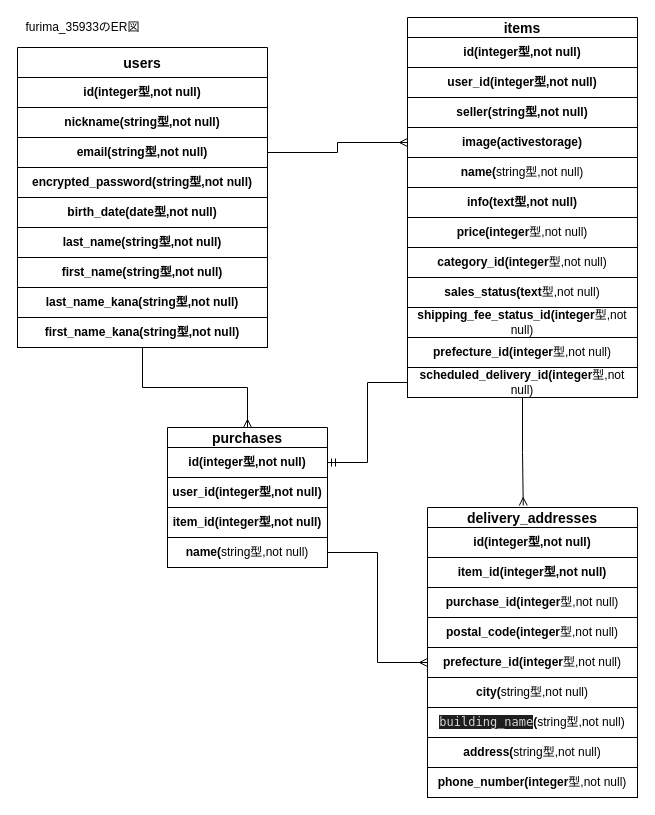
The draw.io diagram test.dio in tubuyakisyun/furima-35933, before the edit. Source tidied: cells renumbered, new cells numbered last; positions are measured from the earlier drawing's top-left corner, leaving out a move shared by most shapes. Both pictures are drawn from the tidied source at 100%, with x=0, y=0 at pixel (17, 17).
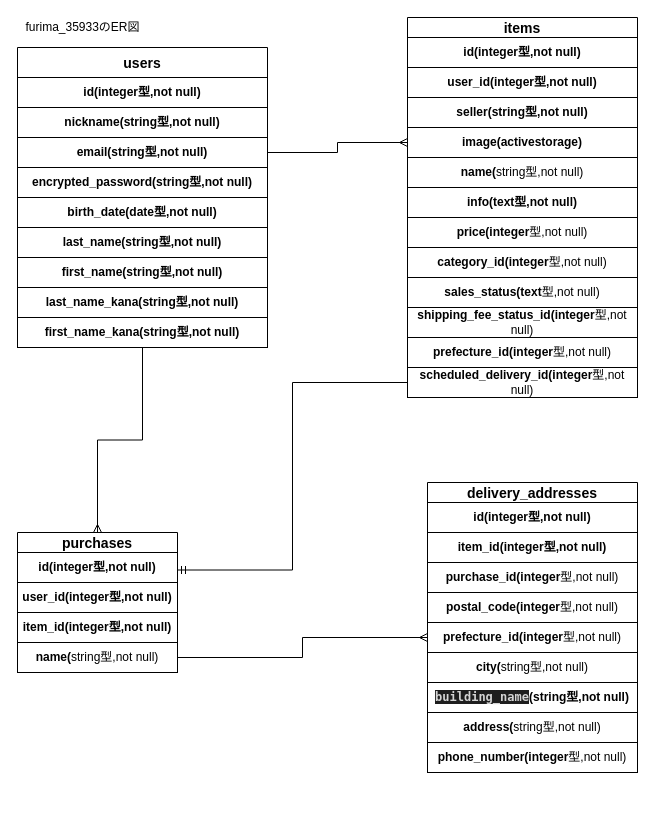
Above is the later version.

Commit message (it also covers changes not shown here):
delivery_addressesテーブルはpurchasesテーブルとのみ紐づく形になるアソシエーションを修正しました

中間テーブルは不要になるため削除
「理由」
中間テーブルを使用して実装も可能ですが、カリキュラムの内容と実装のやり方が変わってしまうため、今回は使用しない形になります。
具体的には「フォームオブジェクト」というものを使用し、一度に「購入管理テーブル」と「配送先テーブル」にデータを保存する実装を行うため

Unchanged cells that the change refers to:
```xml
<mxCell id="20" value="scheduled_delivery_id(integer&lt;span style=&quot;font-weight: 400&quot;&gt;型,not null)&lt;/span&gt;" style="whiteSpace=wrap;html=1;rounded=0;shadow=0;align=center;fontStyle=1;" parent="1" vertex="1">
  <mxGeometry x="390" y="350" width="230" height="30" as="geometry" />
</mxCell>
<mxCell id="24" value="id(integer型,not null)" style="whiteSpace=wrap;html=1;rounded=0;shadow=0;align=center;fontStyle=1;" parent="23" vertex="1">
  <mxGeometry y="20" width="160" height="30" as="geometry" />
</mxCell>
```

Diff of the diagram source:
```diff
@@
     <mxCell id="7" value="delivery_addresses" style="swimlane;fontStyle=1;horizontal=1;startSize=20;align=center;fontSize=14;rounded=0;direction=east;" parent="1" vertex="1">
-      <mxGeometry x="410" y="490" width="210" height="50" as="geometry" />
+      <mxGeometry x="410" y="465" width="210" height="50" as="geometry" />
     </mxCell>
@@
-    <mxCell id="18" style="edgeStyle=orthogonalEdgeStyle;rounded=0;jettySize=auto;html=1;entryX=1;entryY=0.5;entryDx=0;entryDy=0;endArrow=ERmandOne;endFill=0;" parent="1" edge="1" source="20" target="24">
-      <mxGeometry relative="1" as="geometry" />
-    </mxCell>
-    <mxCell id="19" style="edgeStyle=orthogonalEdgeStyle;rounded=0;jettySize=auto;html=1;entryX=0.456;entryY=-0.039;entryDx=0;entryDy=0;entryPerimeter=0;endArrow=ERmany;endFill=0;" parent="1" edge="1" source="20" target="7">
-      <mxGeometry relative="1" as="geometry" />
-    </mxCell>
+    <mxCell id="46" style="edgeStyle=orthogonalEdgeStyle;rounded=0;jettySize=auto;html=1;entryX=1;entryY=0.75;entryDx=0;entryDy=0;endArrow=ERmandOne;endFill=0;" parent="1" edge="1" source="20" target="23">
+      <mxGeometry relative="1" as="geometry" />
+    </mxCell>
@@
     <mxCell id="23" value="purchases" style="swimlane;fontStyle=1;horizontal=1;startSize=20;align=center;fontSize=14;rounded=0;direction=east;" parent="1" vertex="1">
-      <mxGeometry x="150" y="410" width="160" height="50" as="geometry" />
+      <mxGeometry y="515" width="160" height="50" as="geometry" />
     </mxCell>
@@
     <mxCell id="26" value="user_id(integer型,not null)" style="whiteSpace=wrap;html=1;rounded=0;shadow=0;align=center;fontStyle=1;" parent="1" vertex="1">
-      <mxGeometry x="150" y="460" width="160" height="30" as="geometry" />
+      <mxGeometry y="565" width="160" height="30" as="geometry" />
     </mxCell>
@@
     <mxCell id="28" value="name(&lt;span style=&quot;font-weight: 400&quot;&gt;string型,not null)&lt;/span&gt;" style="whiteSpace=wrap;html=1;rounded=0;shadow=0;align=center;fontStyle=1;" parent="1" vertex="1">
-      <mxGeometry x="150" y="520" width="160" height="30" as="geometry" />
+      <mxGeometry y="625" width="160" height="30" as="geometry" />
     </mxCell>
@@
     <mxCell id="36" value="item_id(integer型,not null)" style="whiteSpace=wrap;html=1;rounded=0;shadow=0;align=center;fontStyle=1;" parent="1" vertex="1">
-      <mxGeometry x="410" y="540" width="210" height="30" as="geometry" />
+      <mxGeometry x="410" y="515" width="210" height="30" as="geometry" />
     </mxCell>
     <mxCell id="37" value="purchase_id(integer&lt;span style=&quot;font-weight: 400&quot;&gt;型,not null)&lt;/span&gt;" style="whiteSpace=wrap;html=1;rounded=0;shadow=0;align=center;fontStyle=1;" parent="1" vertex="1">
-      <mxGeometry x="410" y="570" width="210" height="30" as="geometry" />
+      <mxGeometry x="410" y="545" width="210" height="30" as="geometry" />
     </mxCell>
     <mxCell id="38" value="phone_number(integer&lt;span style=&quot;font-weight: 400&quot;&gt;型,not null)&lt;/span&gt;" style="whiteSpace=wrap;html=1;rounded=0;shadow=0;align=center;fontStyle=1;" parent="1" vertex="1">
-      <mxGeometry x="410" y="750" width="210" height="30" as="geometry" />
+      <mxGeometry x="410" y="725" width="210" height="30" as="geometry" />
     </mxCell>
     <mxCell id="39" value="address(&lt;span style=&quot;font-weight: 400&quot;&gt;string型,not null)&lt;/span&gt;" style="whiteSpace=wrap;html=1;rounded=0;shadow=0;align=center;fontStyle=1;" parent="1" vertex="1">
-      <mxGeometry x="410" y="720" width="210" height="30" as="geometry" />
+      <mxGeometry x="410" y="695" width="210" height="30" as="geometry" />
     </mxCell>
     <mxCell id="40" value="city(&lt;span style=&quot;font-weight: 400&quot;&gt;string型,not null)&lt;/span&gt;" style="whiteSpace=wrap;html=1;rounded=0;shadow=0;align=center;fontStyle=1;" parent="1" vertex="1">
-      <mxGeometry x="410" y="660" width="210" height="30" as="geometry" />
+      <mxGeometry x="410" y="635" width="210" height="30" as="geometry" />
     </mxCell>
     <mxCell id="41" value="prefecture_id(integer&lt;span style=&quot;font-weight: 400&quot;&gt;型,not null)&lt;/span&gt;" style="whiteSpace=wrap;html=1;rounded=0;shadow=0;align=center;fontStyle=1;" parent="1" vertex="1">
-      <mxGeometry x="410" y="630" width="210" height="30" as="geometry" />
+      <mxGeometry x="410" y="605" width="210" height="30" as="geometry" />
     </mxCell>
     <mxCell id="42" value="postal_code(integer&lt;span style=&quot;font-weight: 400&quot;&gt;型,not null)&lt;/span&gt;" style="whiteSpace=wrap;html=1;rounded=0;shadow=0;align=center;fontStyle=1;" parent="1" vertex="1">
-      <mxGeometry x="410" y="600" width="210" height="30" as="geometry" />
+      <mxGeometry x="410" y="575" width="210" height="30" as="geometry" />
     </mxCell>
@@
     <mxCell id="44" value="item_id(integer型,not null)" style="whiteSpace=wrap;html=1;rounded=0;shadow=0;align=center;fontStyle=1;" parent="1" vertex="1">
-      <mxGeometry x="150" y="490" width="160" height="30" as="geometry" />
+      <mxGeometry y="595" width="160" height="30" as="geometry" />
     </mxCell>
-    <mxCell id="45" value="&lt;span style=&quot;background-color: rgb(30 , 30 , 30) ; color: rgb(212 , 212 , 212) ; font-family: &amp;#34;menlo&amp;#34; , &amp;#34;monaco&amp;#34; , &amp;#34;courier new&amp;#34; , monospace ; font-weight: normal&quot;&gt;building_name&lt;/span&gt;(&lt;span style=&quot;font-weight: 400&quot;&gt;string型,not null)&lt;/span&gt;" style="whiteSpace=wrap;html=1;rounded=0;shadow=0;align=center;fontStyle=1;" parent="1" vertex="1">
-      <mxGeometry x="410" y="690" width="210" height="30" as="geometry" />
+    <mxCell id="45" value="&lt;span style=&quot;background-color: rgb(30 , 30 , 30) ; color: rgb(212 , 212 , 212) ; font-family: &amp;#34;menlo&amp;#34; , &amp;#34;monaco&amp;#34; , &amp;#34;courier new&amp;#34; , monospace&quot;&gt;building_name&lt;/span&gt;(string型,not null)" style="whiteSpace=wrap;html=1;rounded=0;shadow=0;align=center;fontStyle=1;" parent="1" vertex="1">
+      <mxGeometry x="410" y="665" width="210" height="30" as="geometry" />
     </mxCell>
```
